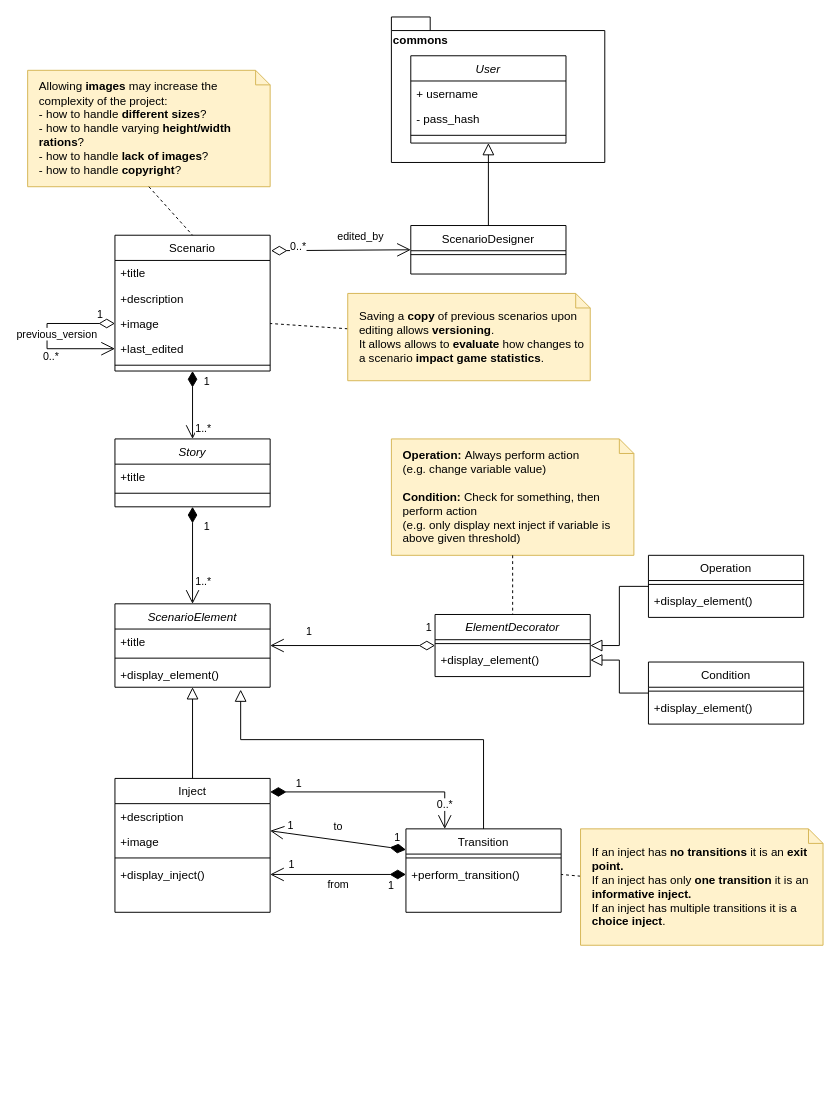
This is page "Scenario_Design" (2 of 4) of artefacts/concept-1.0/diagrams/class diagram.drawio from Elias-Ladenburger/CSEP, a draw.io file, before an edit. Source tidied: cells renumbered, new cells numbered last; positions are measured from the earlier drawing's top-left corner, leaving out a move shared by most shapes. Both pictures are drawn from the tidied source at 97%, with x=0, y=0 at pixel (27, 16).
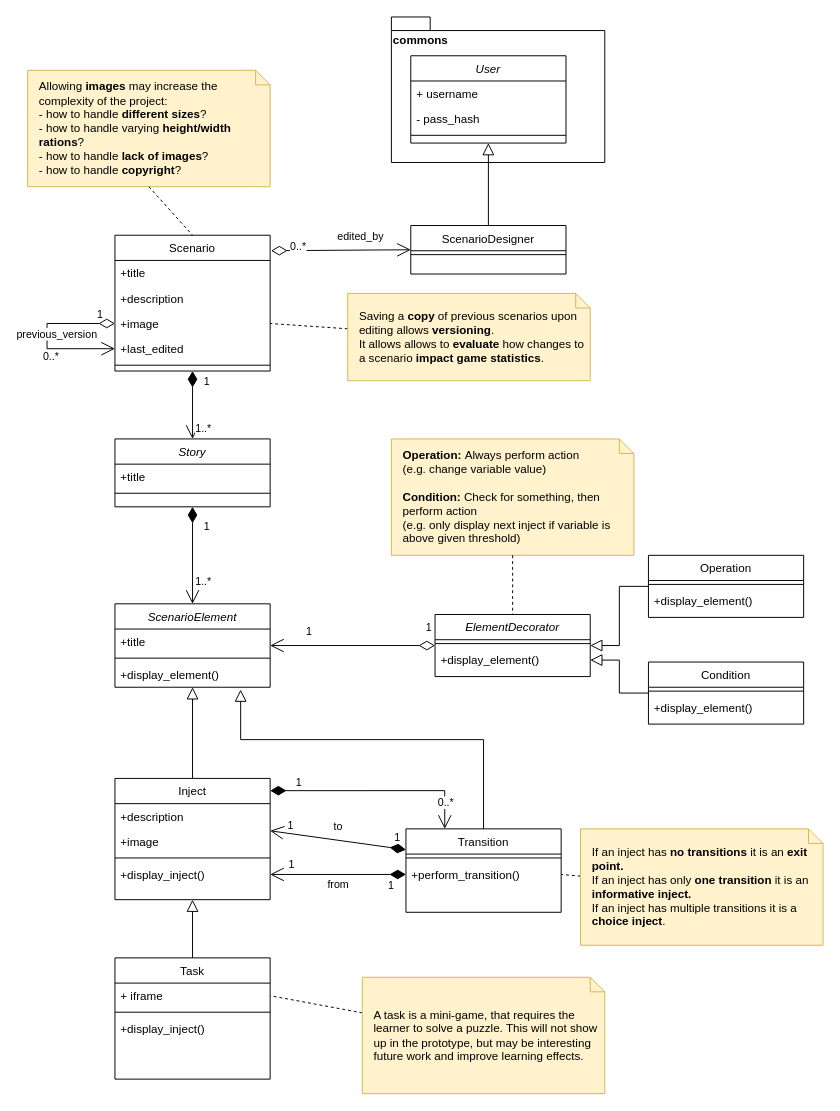
After the change.

Commit message:
Add task as inject-subclass

The change refers to these unchanged cells:
```xml
<mxCell id="18" value="Transition" style="swimlane;fontStyle=0;align=center;verticalAlign=top;horizontal=1;startSize=26;rounded=0;shadow=0;strokeWidth=1;" parent="1" vertex="1">
  <mxGeometry x="390" y="837" width="160" height="86" as="geometry" />
</mxCell>
```

What changed in the source:
```diff
@@
     <mxCell id="11" value="Inject" style="swimlane;fontStyle=0;align=center;verticalAlign=top;horizontal=1;startSize=26;rounded=0;shadow=0;strokeWidth=1;" parent="1" vertex="1">
-      <mxGeometry x="90" y="785" width="160" height="138" as="geometry" />
+      <mxGeometry x="90" y="785" width="160" height="125" as="geometry" />
     </mxCell>
@@
     <mxCell id="21" value="1" style="endArrow=open;html=1;endSize=12;startArrow=diamondThin;startSize=14;startFill=1;edgeStyle=orthogonalEdgeStyle;align=left;verticalAlign=bottom;exitX=1;exitY=0.101;exitDx=0;exitDy=0;exitPerimeter=0;entryX=0.25;entryY=0;entryDx=0;entryDy=0;rounded=0;" parent="1" edge="1" source="11" target="18">
       <mxGeometry x="-0.77" relative="1" as="geometry">
         <Array as="points">
-          <mxPoint x="430" y="799" />
+          <mxPoint x="430" y="798" />
         </Array>
       </mxGeometry>
     </mxCell>
@@
+    <mxCell id="72" value="Task" style="swimlane;fontStyle=0;align=center;verticalAlign=top;horizontal=1;startSize=26;rounded=0;shadow=0;strokeWidth=1;" parent="1" vertex="1">
+      <mxGeometry x="90" y="970" width="160" height="125" as="geometry" />
+    </mxCell>
+    <mxCell id="73" value="+ iframe" style="text;align=left;verticalAlign=top;spacingLeft=4;spacingRight=4;overflow=hidden;points=[[0,0.5],[1,0.5]];portConstraint=eastwest;rounded=0;shadow=0;html=0;" parent="72" vertex="1">
+      <mxGeometry y="26" width="160" height="26" as="geometry" />
+    </mxCell>
+    <mxCell id="74" style="line;html=1;strokeWidth=1;align=left;verticalAlign=middle;spacingTop=-1;spacingLeft=3;spacingRight=3;labelPosition=right;" parent="72" vertex="1">
+      <mxGeometry y="52" width="160" height="8" as="geometry" />
+    </mxCell>
+    <mxCell id="75" value="+display_inject()" style="text;align=left;verticalAlign=top;spacingLeft=4;spacingRight=4;overflow=hidden;rounded=0;shadow=0;html=0;" parent="72" vertex="1">
+      <mxGeometry y="60" width="160" height="26" as="geometry" />
+    </mxCell>
+    <mxCell id="76" style="endArrow=block;endSize=10;endFill=0;shadow=0;strokeWidth=1;rounded=0;elbow=vertical;entryX=0.5;entryY=1;entryDx=0;entryDy=0;exitX=0.5;exitY=0;exitDx=0;exitDy=0;" parent="1" edge="1" source="72" target="11">
+      <mxGeometry relative="1" as="geometry" />
+    </mxCell>
+    <mxCell id="77" style="rounded=0;jettySize=auto;html=1;entryX=1;entryY=0.5;entryDx=0;entryDy=0;dashed=1;endArrow=none;endFill=0;" parent="1" edge="1" source="78" target="73">
+      <mxGeometry relative="1" as="geometry" />
+    </mxCell>
+    <mxCell id="78" value="A task is a mini-game, that requires the learner to solve a puzzle. This will not show up in the prototype, but may be interesting future work and improve learning effects." style="shape=note;size=15;align=left;spacingLeft=10;html=1;whiteSpace=wrap;fillColor=#fff2cc;strokeColor=#d6b656;" parent="1" vertex="1">
+      <mxGeometry x="345" y="990" width="250" height="120" as="geometry" />
+    </mxCell>
```
